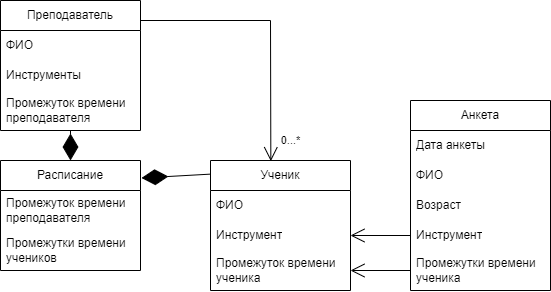
Above: Модель_предметной_области.png in watashinonericell/myrepos (draw.io), before the change. Source tidied: cells renumbered, new cells last; positions are measured from the earlier drawing's top-left corner, leaving out a move shared by most shapes.
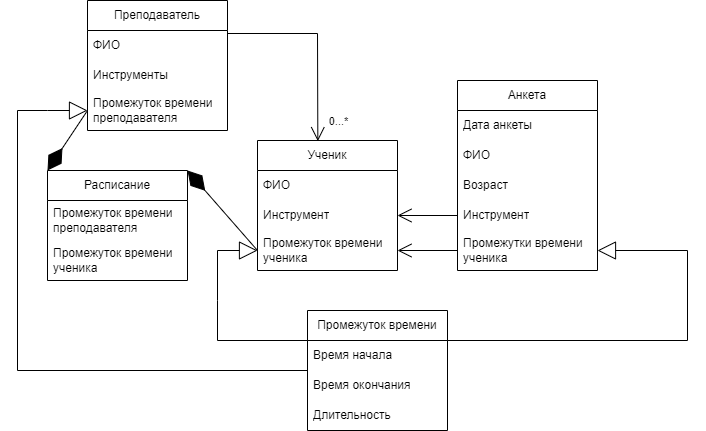
Above is the later version.

Diff of the diagram source:
```diff
@@ -3,7 +3,7 @@
     <mxCell id="0" />
     <mxCell id="1" parent="0" />
     <mxCell id="2" value="Ученик" style="swimlane;fontStyle=0;horizontal=1;startSize=30;whiteSpace=wrap;html=1;" parent="1" vertex="1">
-      <mxGeometry x="210" y="160" width="140" height="130" as="geometry" />
+      <mxGeometry x="240" y="330" width="140" height="130" as="geometry" />
     </mxCell>
     <mxCell id="3" value="ФИО" style="text;strokeColor=none;fillColor=none;align=left;verticalAlign=middle;spacingLeft=4;spacingRight=4;overflow=hidden;whiteSpace=wrap;html=1;" parent="2" vertex="1">
       <mxGeometry y="30" width="140" height="30" as="geometry" />
@@ -15,7 +15,7 @@
       <mxGeometry y="90" width="140" height="40" as="geometry" />
     </mxCell>
     <mxCell id="6" value="Анкета" style="swimlane;fontStyle=0;horizontal=1;startSize=30;whiteSpace=wrap;html=1;" parent="1" vertex="1">
-      <mxGeometry x="410" y="100" width="140" height="190" as="geometry" />
+      <mxGeometry x="440" y="270" width="140" height="190" as="geometry" />
     </mxCell>
     <mxCell id="7" value="Дата анкеты" style="text;strokeColor=none;fillColor=none;align=left;verticalAlign=middle;spacingLeft=4;spacingRight=4;overflow=hidden;whiteSpace=wrap;html=1;" parent="6" vertex="1">
       <mxGeometry y="30" width="140" height="30" as="geometry" />
@@ -33,18 +33,18 @@
       <mxGeometry y="150" width="140" height="40" as="geometry" />
     </mxCell>
     <mxCell id="12" value="Расписание" style="swimlane;fontStyle=0;horizontal=1;startSize=30;whiteSpace=wrap;html=1;" parent="1" vertex="1">
-      <mxGeometry y="160" width="140" height="110" as="geometry" />
+      <mxGeometry x="30" y="360" width="140" height="110" as="geometry" />
     </mxCell>
     <mxCell id="13" value="Промежуток времени преподавателя" style="text;strokeColor=none;fillColor=none;align=left;verticalAlign=middle;spacingLeft=4;spacingRight=4;overflow=hidden;whiteSpace=wrap;html=1;" parent="12" vertex="1">
       <mxGeometry y="30" width="140" height="40" as="geometry" />
     </mxCell>
-    <mxCell id="14" value="Промежутки времени учеников" style="text;strokeColor=none;fillColor=none;align=left;verticalAlign=middle;spacingLeft=4;spacingRight=4;overflow=hidden;whiteSpace=wrap;html=1;" parent="12" vertex="1">
+    <mxCell id="14" value="Промежуток времени ученика" style="text;strokeColor=none;fillColor=none;align=left;verticalAlign=middle;spacingLeft=4;spacingRight=4;overflow=hidden;whiteSpace=wrap;html=1;" parent="12" vertex="1">
       <mxGeometry y="70" width="140" height="40" as="geometry" />
     </mxCell>
-    <mxCell id="15" style="endArrow=diamondThin;endFill=1;endSize=24;html=1;rounded=0;" parent="1" edge="1" source="19" target="12">
+    <mxCell id="15" style="endArrow=diamondThin;endFill=1;endSize=24;html=1;rounded=0;exitX=0;exitY=0.5;exitDx=0;exitDy=0;entryX=0;entryY=0;entryDx=0;entryDy=0;" parent="1" edge="1" source="22" target="12">
       <mxGeometry relative="1" as="geometry" />
     </mxCell>
-    <mxCell id="16" style="endArrow=diamondThin;endFill=1;endSize=24;html=1;rounded=0;entryX=1.007;entryY=0.159;entryDx=0;entryDy=0;entryPerimeter=0;exitX=-0.003;exitY=0.105;exitDx=0;exitDy=0;exitPerimeter=0;" parent="1" edge="1" source="2" target="12">
+    <mxCell id="16" style="endArrow=diamondThin;endFill=1;endSize=24;html=1;rounded=0;exitX=0;exitY=0.5;exitDx=0;exitDy=0;entryX=1;entryY=0;entryDx=0;entryDy=0;" parent="1" edge="1" source="5" target="12">
       <mxGeometry relative="1" as="geometry" />
     </mxCell>
     <mxCell id="17" style="endArrow=open;endFill=1;endSize=12;html=1;rounded=0;exitX=0;exitY=0.5;exitDx=0;exitDy=0;entryX=1;entryY=0.5;entryDx=0;entryDy=0;" parent="1" edge="1" source="11" target="5">
@@ -54,7 +54,7 @@
       <mxGeometry relative="1" as="geometry" />
     </mxCell>
     <mxCell id="19" value="Преподаватель" style="swimlane;fontStyle=0;horizontal=1;startSize=30;whiteSpace=wrap;html=1;" parent="1" vertex="1">
-      <mxGeometry width="140" height="130" as="geometry" />
+      <mxGeometry x="70" y="190" width="140" height="130" as="geometry" />
     </mxCell>
     <mxCell id="20" value="ФИО" style="text;strokeColor=none;fillColor=none;align=left;verticalAlign=middle;spacingLeft=4;spacingRight=4;overflow=hidden;whiteSpace=wrap;html=1;" parent="19" vertex="1">
       <mxGeometry y="30" width="140" height="30" as="geometry" />
@@ -67,16 +67,54 @@
     </mxCell>
     <mxCell id="23" style="endArrow=open;endFill=1;endSize=12;html=1;rounded=0;entryX=0.431;entryY=0.005;entryDx=0;entryDy=0;entryPerimeter=0;" parent="1" edge="1" target="2">
       <mxGeometry relative="1" as="geometry">
-        <mxPoint x="140" y="20" as="sourcePoint" />
+        <mxPoint x="210" y="223" as="sourcePoint" />
         <Array as="points">
-          <mxPoint x="270" y="20" />
+          <mxPoint x="300" y="223" />
         </Array>
       </mxGeometry>
     </mxCell>
     <mxCell id="24" value="0...*" style="edgeLabel;html=1;align=center;verticalAlign=middle;" parent="23" vertex="1">
       <mxGeometry x="-0.88" relative="1" as="geometry">
-        <mxPoint x="134" y="120" as="offset" />
+        <mxPoint x="98" y="87" as="offset" />
       </mxGeometry>
     </mxCell>
+    <mxCell id="25" value="Промежуток времени" style="swimlane;fontStyle=0;horizontal=1;startSize=30;whiteSpace=wrap;html=1;" parent="1" vertex="1">
+      <mxGeometry x="290" y="500" width="140" height="120" as="geometry" />
+    </mxCell>
+    <mxCell id="26" value="Время начала" style="text;strokeColor=none;fillColor=none;align=left;verticalAlign=middle;spacingLeft=4;spacingRight=4;overflow=hidden;whiteSpace=wrap;html=1;" parent="25" vertex="1">
+      <mxGeometry y="30" width="140" height="30" as="geometry" />
+    </mxCell>
+    <mxCell id="27" value="Время окончания" style="text;strokeColor=none;fillColor=none;align=left;verticalAlign=middle;spacingLeft=4;spacingRight=4;overflow=hidden;whiteSpace=wrap;html=1;" parent="25" vertex="1">
+      <mxGeometry y="60" width="140" height="30" as="geometry" />
+    </mxCell>
+    <mxCell id="28" value="Длительность" style="text;strokeColor=none;fillColor=none;align=left;verticalAlign=middle;spacingLeft=4;spacingRight=4;overflow=hidden;whiteSpace=wrap;html=1;" parent="25" vertex="1">
+      <mxGeometry y="90" width="140" height="30" as="geometry" />
+    </mxCell>
+    <mxCell id="29" style="endArrow=block;endSize=16;endFill=0;html=1;rounded=0;exitX=1;exitY=0.25;exitDx=0;exitDy=0;entryX=1;entryY=0.5;entryDx=0;entryDy=0;" parent="1" edge="1" source="25" target="11">
+      <mxGeometry relative="1" as="geometry">
+        <Array as="points">
+          <mxPoint x="670" y="530" />
+          <mxPoint x="670" y="440" />
+        </Array>
+      </mxGeometry>
+    </mxCell>
+    <mxCell id="30" style="endArrow=block;endSize=16;endFill=0;html=1;rounded=0;exitX=0;exitY=0.25;exitDx=0;exitDy=0;entryX=0;entryY=0.5;entryDx=0;entryDy=0;" parent="1" edge="1" source="25" target="5">
+      <mxGeometry relative="1" as="geometry">
+        <Array as="points">
+          <mxPoint x="200" y="530" />
+          <mxPoint x="200" y="490" />
+          <mxPoint x="200" y="440" />
+        </Array>
+      </mxGeometry>
+    </mxCell>
+    <mxCell id="31" style="endArrow=block;endSize=16;endFill=0;html=1;rounded=0;entryX=0;entryY=0.5;entryDx=0;entryDy=0;" parent="1" edge="1" source="25" target="22">
+      <mxGeometry relative="1" as="geometry">
+        <Array as="points">
+          <mxPoint y="560" />
+          <mxPoint y="300" />
+          <mxPoint x="30" y="300" />
+        </Array>
+      </mxGeometry>
+    </mxCell>
   </root>
 </mxGraphModel>
```
